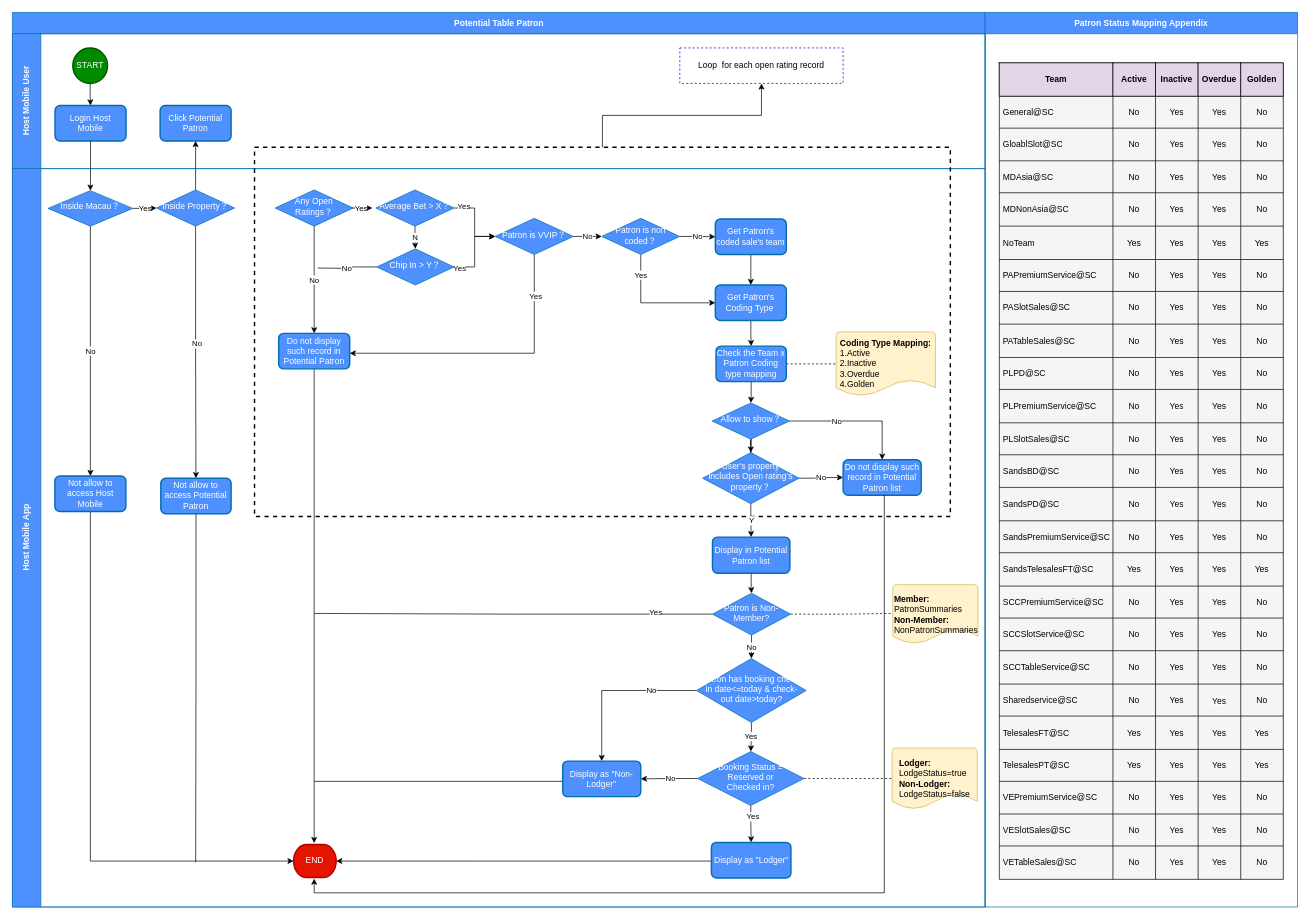
xiaobao0706/drawio keeps this draw.io diagram as Potential Patron.drawio. Above is the earlier version. Source tidied: cells renumbered, new cells numbered last; positions are measured from the earlier drawing's top-left corner, leaving out a move shared by most shapes. Both pictures are drawn from the tidied source at 71%, with x=0, y=0 at pixel (12, 12).
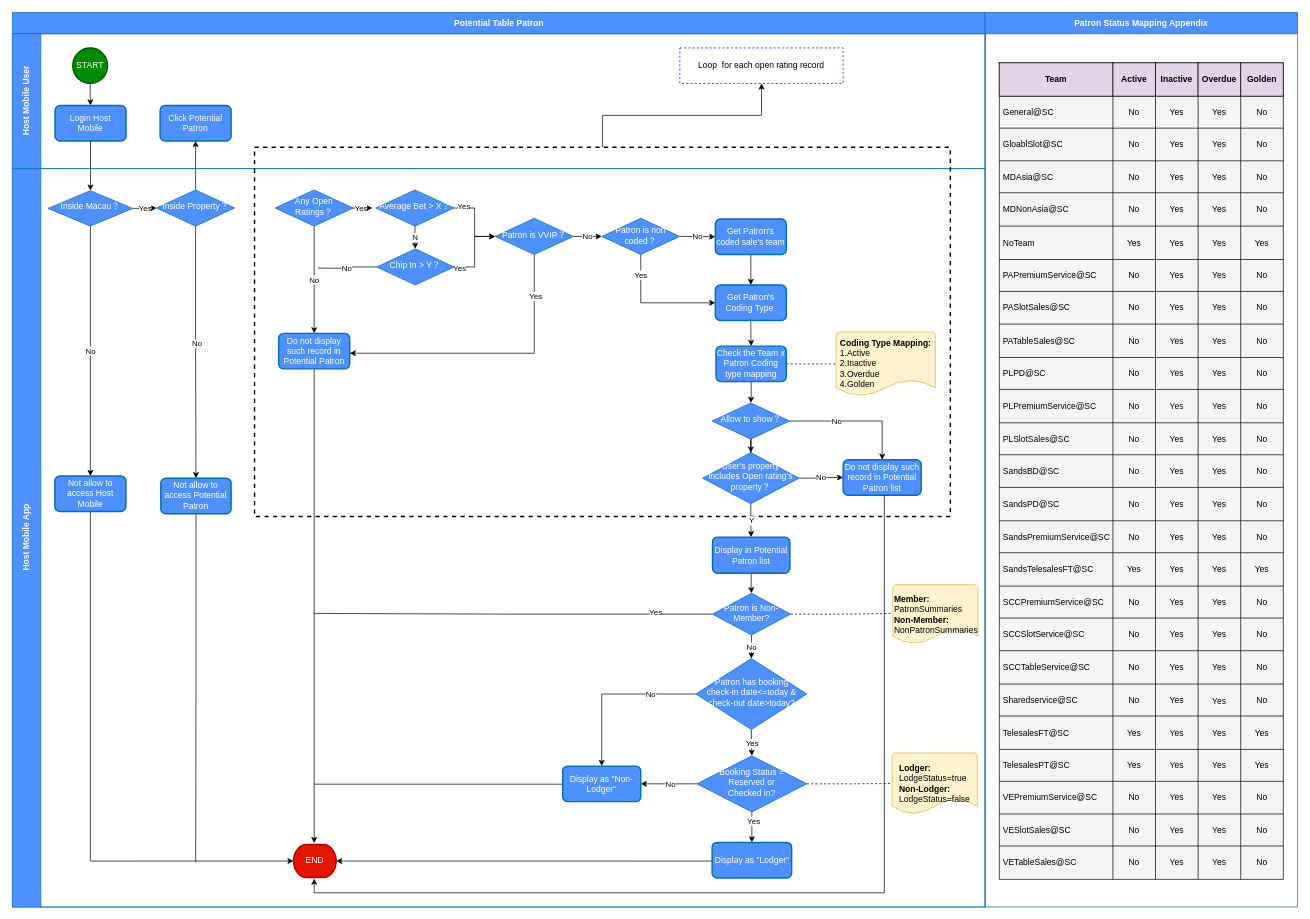
After the change.

Unchanged cells that the change refers to:
```xml
<mxCell id="12" value="Host Mobile App" style="swimlane;startSize=40;horizontal=0;html=1;fillColor=#4d90fe;fontColor=#ffffff;strokeColor=#006EAF;" parent="2" vertex="1">
  <mxGeometry y="220" width="1370" height="1040" as="geometry" />
</mxCell>
```

What changed in the source:
```diff
@@
     <mxCell id="66" value="Yes" style="edgeStyle=orthogonalEdgeStyle;rounded=0;jettySize=auto;html=1;" parent="12" edge="1" source="68" target="73">
-      <mxGeometry relative="1" as="geometry" />
+      <mxGeometry x="0.1" relative="1" as="geometry" />
     </mxCell>
@@
-    <mxCell id="68" value="Patron has booking check-in date&amp;lt;=today &amp;amp; check-out date&amp;gt;today?" style="rhombus;whiteSpace=wrap;html=1;shadow=0;fontFamily=Helvetica;fontSize=12;align=center;strokeWidth=1;spacing=6;spacingTop=-4;fillColor=#4d90fe;fontColor=#ffffff;strokeColor=#006EAF;" parent="12" vertex="1">
-      <mxGeometry x="963.5" y="690" width="154.5" height="90" as="geometry" />
+    <mxCell id="68" value="Patron has booking &lt;br&gt;check-in date&amp;lt;=today &amp;amp; check-out date&amp;gt;today?" style="rhombus;whiteSpace=wrap;html=1;shadow=0;fontFamily=Helvetica;fontSize=12;align=center;strokeWidth=1;spacing=6;spacingTop=-4;fillColor=#4d90fe;fontColor=#ffffff;strokeColor=#006EAF;" parent="12" vertex="1">
+      <mxGeometry x="962.5" y="690" width="156.5" height="100" as="geometry" />
     </mxCell>
@@
     <mxCell id="73" value="Booking Status = Reserved or &lt;br&gt;Checked in?" style="rhombus;whiteSpace=wrap;html=1;shadow=0;fontFamily=Helvetica;fontSize=12;align=center;strokeWidth=1;spacing=6;spacingTop=-4;fillColor=#4d90fe;fontColor=#ffffff;strokeColor=#006EAF;" parent="12" vertex="1">
-      <mxGeometry x="965" y="821" width="150" height="76" as="geometry" />
+      <mxGeometry x="964" y="827" width="155" height="79" as="geometry" />
     </mxCell>
@@
     <mxCell id="75" value="Display as &quot;Lodger&quot;" style="rounded=1;whiteSpace=wrap;html=1;absoluteArcSize=1;arcSize=14;strokeWidth=2;fillColor=#4d90fe;fontColor=#ffffff;strokeColor=#006EAF;" parent="12" vertex="1">
-      <mxGeometry x="984.5" y="949" width="112" height="50" as="geometry" />
+      <mxGeometry x="985.5" y="949" width="112" height="50" as="geometry" />
     </mxCell>
     <mxCell id="76" style="edgeStyle=orthogonalEdgeStyle;rounded=0;orthogonalLoop=1;jettySize=auto;html=1;endArrow=none;endFill=0;" parent="12" edge="1">
       <mxGeometry relative="1" as="geometry">
-        <mxPoint x="775" y="860.5" as="sourcePoint" />
-        <mxPoint x="425" y="863" as="targetPoint" />
+        <mxPoint x="775" y="864.5" as="sourcePoint" />
+        <mxPoint x="425" y="867" as="targetPoint" />
         <Array as="points">
-          <mxPoint x="775" y="863" />
-          <mxPoint x="425" y="863" />
+          <mxPoint x="775" y="867" />
+          <mxPoint x="425" y="867" />
         </Array>
       </mxGeometry>
     </mxCell>
     <mxCell id="77" value="Display as &quot;Non-Lodger&quot;" style="rounded=1;whiteSpace=wrap;html=1;absoluteArcSize=1;arcSize=14;strokeWidth=2;fillColor=#4d90fe;fontColor=#ffffff;strokeColor=#006EAF;" parent="12" vertex="1">
-      <mxGeometry x="775" y="834.5" width="110" height="50" as="geometry" />
+      <mxGeometry x="775" y="841.5" width="110" height="50" as="geometry" />
     </mxCell>
@@
     <mxCell id="81" value="&lt;div style=&quot;text-align: left;&quot;&gt;&lt;b style=&quot;background-color: initial;&quot;&gt;Lodger:&lt;/b&gt;&lt;/div&gt;&lt;div style=&quot;text-align: left;&quot;&gt;&lt;span style=&quot;background-color: initial;&quot;&gt;LodgeStatus=true&lt;/span&gt;&lt;/div&gt;&lt;b&gt;&lt;div style=&quot;text-align: left;&quot;&gt;&lt;b style=&quot;background-color: initial;&quot;&gt;Non-Lodger:&lt;/b&gt;&lt;/div&gt;&lt;/b&gt;&lt;div style=&quot;text-align: left;&quot;&gt;&lt;span style=&quot;background-color: initial;&quot;&gt;LodgeStatus=false&lt;/span&gt;&lt;/div&gt;" style="strokeWidth=1;html=1;shape=mxgraph.flowchart.document2;whiteSpace=wrap;size=0.25;fillColor=#fff2cc;strokeColor=#d6b656;" parent="12" vertex="1">
-      <mxGeometry x="1239" y="816" width="120" height="86" as="geometry" />
+      <mxGeometry x="1239" y="823" width="120" height="86" as="geometry" />
     </mxCell>
```
